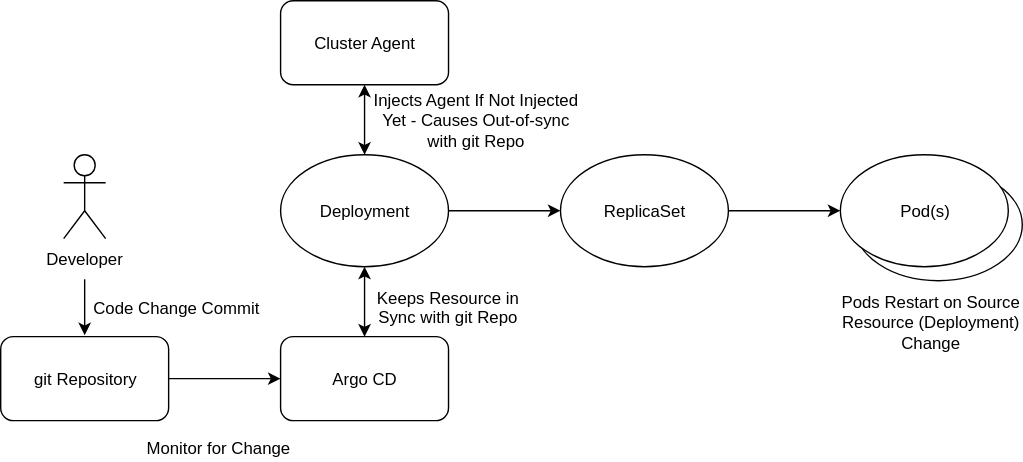
chrlic/chrlic.github.io keeps this draw.io diagram as images/appd-cluster-agent-auto-instr-argo.drawio.svg. Above is the earlier version. Source tidied: cells renumbered, new cells last; positions are measured from the earlier drawing's top-left corner, leaving out a move shared by most shapes. The source it was exported from:
```xml
<mxGraphModel>
  <root>
    <mxCell id="0" />
    <mxCell id="1" parent="0" />
    <mxCell id="2" value="Cluster Agent" style="rounded=1;whiteSpace=wrap;html=1;" parent="1" vertex="1">
      <mxGeometry x="200" width="120" height="60" as="geometry" />
    </mxCell>
    <mxCell id="3" value="Argo CD" style="rounded=1;whiteSpace=wrap;html=1;" parent="1" vertex="1">
      <mxGeometry x="200" y="240" width="120" height="60" as="geometry" />
    </mxCell>
    <mxCell id="4" value="git Repository" style="rounded=1;whiteSpace=wrap;html=1;" parent="1" vertex="1">
      <mxGeometry y="240" width="120" height="60" as="geometry" />
    </mxCell>
    <mxCell id="5" value="Deployment" style="ellipse;whiteSpace=wrap;html=1;" parent="1" vertex="1">
      <mxGeometry x="200" y="110" width="120" height="80" as="geometry" />
    </mxCell>
    <mxCell id="6" value="ReplicaSet" style="ellipse;whiteSpace=wrap;html=1;" parent="1" vertex="1">
      <mxGeometry x="400" y="110" width="120" height="80" as="geometry" />
    </mxCell>
    <mxCell id="7" value="Pod(s)" style="ellipse;whiteSpace=wrap;html=1;" parent="1" vertex="1">
      <mxGeometry x="610" y="120" width="120" height="80" as="geometry" />
    </mxCell>
    <mxCell id="8" value="Pod(s)" style="ellipse;whiteSpace=wrap;html=1;" parent="1" vertex="1">
      <mxGeometry x="600" y="110" width="120" height="80" as="geometry" />
    </mxCell>
    <mxCell id="9" value="Developer" style="shape=umlActor;verticalLabelPosition=bottom;labelBackgroundColor=#ffffff;verticalAlign=top;html=1;" parent="1" vertex="1">
      <mxGeometry x="45" y="110" width="30" height="60" as="geometry" />
    </mxCell>
    <mxCell id="10" style="endArrow=classic;html=1;" parent="1" edge="1">
      <mxGeometry relative="1" as="geometry">
        <mxPoint x="60" y="199" as="sourcePoint" />
        <mxPoint x="60" y="239" as="targetPoint" />
      </mxGeometry>
    </mxCell>
    <mxCell id="11" style="endArrow=classic;html=1;entryX=0;entryY=0.5;entryDx=0;entryDy=0;exitX=1;exitY=0.5;exitDx=0;exitDy=0;" parent="1" edge="1" source="4" target="3">
      <mxGeometry relative="1" as="geometry" />
    </mxCell>
    <mxCell id="12" style="endArrow=classic;startArrow=classic;html=1;entryX=0.5;entryY=1;entryDx=0;entryDy=0;" parent="1" edge="1" source="3" target="5">
      <mxGeometry relative="1" as="geometry" />
    </mxCell>
    <mxCell id="13" style="endArrow=classic;startArrow=classic;html=1;entryX=0.5;entryY=1;entryDx=0;entryDy=0;" parent="1" edge="1" source="5" target="2">
      <mxGeometry relative="1" as="geometry" />
    </mxCell>
    <mxCell id="14" style="endArrow=classic;html=1;entryX=0;entryY=0.5;entryDx=0;entryDy=0;exitX=1;exitY=0.5;exitDx=0;exitDy=0;" parent="1" edge="1" source="5" target="6">
      <mxGeometry relative="1" as="geometry" />
    </mxCell>
    <mxCell id="15" style="endArrow=classic;html=1;entryX=0;entryY=0.5;entryDx=0;entryDy=0;" parent="1" edge="1" source="6" target="8">
      <mxGeometry relative="1" as="geometry" />
    </mxCell>
    <mxCell id="16" value="Code Change Commit" style="text;html=1;strokeColor=none;fillColor=none;align=center;verticalAlign=middle;whiteSpace=wrap;rounded=0;" parent="1" vertex="1">
      <mxGeometry x="60" y="209" width="130" height="20" as="geometry" />
    </mxCell>
    <mxCell id="17" value="Monitor for Change" style="text;html=1;strokeColor=none;fillColor=none;align=center;verticalAlign=middle;whiteSpace=wrap;rounded=0;" parent="1" vertex="1">
      <mxGeometry x="90" y="309" width="130" height="20" as="geometry" />
    </mxCell>
    <mxCell id="18" value="Keeps Resource in Sync with git Repo" style="text;html=1;strokeColor=none;fillColor=none;align=center;verticalAlign=middle;whiteSpace=wrap;rounded=0;" parent="1" vertex="1">
      <mxGeometry x="255" y="209" width="130" height="20" as="geometry" />
    </mxCell>
    <mxCell id="19" value="Injects Agent If Not Injected Yet - Causes Out-of-sync with git Repo" style="text;html=1;strokeColor=none;fillColor=none;align=center;verticalAlign=middle;whiteSpace=wrap;rounded=0;" parent="1" vertex="1">
      <mxGeometry x="260" y="75" width="160" height="20" as="geometry" />
    </mxCell>
    <mxCell id="20" value="Pods Restart on Source Resource (Deployment) Change" style="text;html=1;strokeColor=none;fillColor=none;align=center;verticalAlign=middle;whiteSpace=wrap;rounded=0;" parent="1" vertex="1">
      <mxGeometry x="600" y="219" width="130" height="20" as="geometry" />
    </mxCell>
  </root>
</mxGraphModel>
```
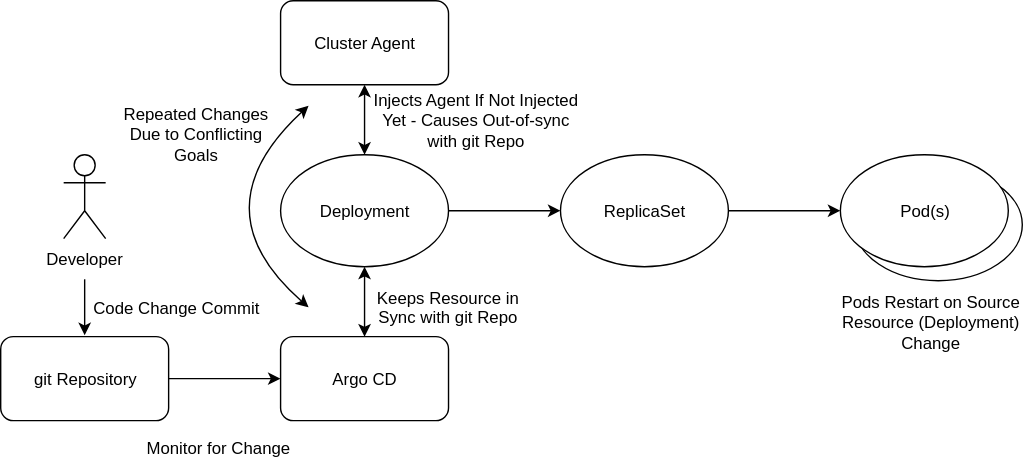
After the commit.

Diff of the diagram source:
```diff
@@ -62,5 +62,17 @@
     <mxCell id="20" value="Pods Restart on Source Resource (Deployment) Change" style="text;html=1;strokeColor=none;fillColor=none;align=center;verticalAlign=middle;whiteSpace=wrap;rounded=0;" parent="1" vertex="1">
       <mxGeometry x="600" y="219" width="130" height="20" as="geometry" />
     </mxCell>
+    <mxCell id="21" style="curved=1;endArrow=classic;html=1;startArrow=classic;" parent="1" edge="1">
+      <mxGeometry relative="1" as="geometry">
+        <mxPoint x="220" y="219" as="sourcePoint" />
+        <mxPoint x="220" y="75" as="targetPoint" />
+        <Array as="points">
+          <mxPoint x="140" y="149" />
+        </Array>
+      </mxGeometry>
+    </mxCell>
+    <mxCell id="22" value="Repeated Changes Due to Conflicting Goals" style="text;html=1;strokeColor=none;fillColor=none;align=center;verticalAlign=middle;whiteSpace=wrap;rounded=0;" parent="1" vertex="1">
+      <mxGeometry x="75" y="85" width="130" height="20" as="geometry" />
+    </mxCell>
   </root>
 </mxGraphModel>
```
